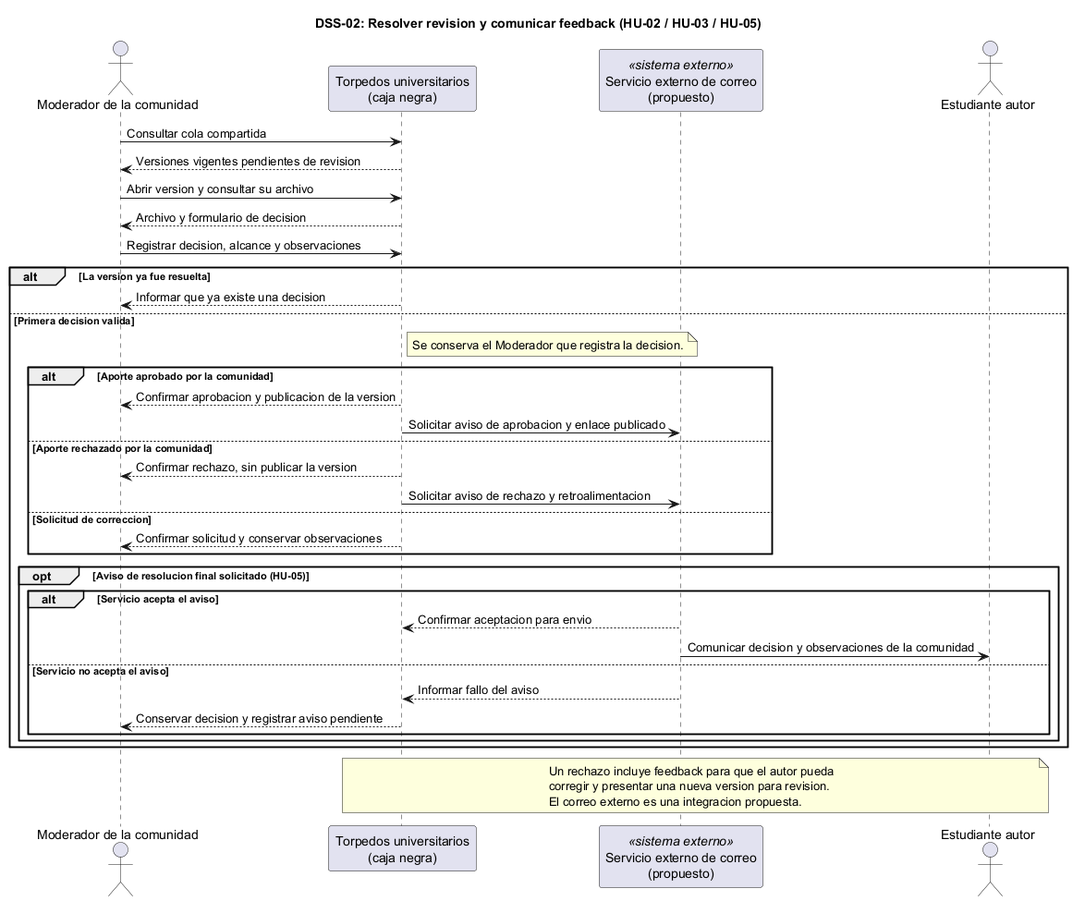
The PlantUML diagram diagramas/dss-02.png in mapacheCorps/entrega, before a commit. The source it was exported from:
```plantuml
@startuml
skinparam shadowing false
title DSS-02: Resolver revision y comunicar feedback (HU-02 / HU-03 / HU-05)
actor "Moderador de la comunidad" as COM
participant "Torpedos universitarios\n(caja negra)" as SIS
participant "Servicio externo de correo\n(propuesto)" as COR <<sistema externo>>
actor "Estudiante autor" as AUT
COM -> SIS : Consultar cola compartida
SIS --> COM : Versiones vigentes pendientes de revision
COM -> SIS : Abrir version y consultar su archivo
SIS --> COM : Archivo y formulario de decision
COM -> SIS : Registrar decision, alcance y observaciones
alt La version ya fue resuelta
  SIS --> COM : Informar que ya existe una decision
else Primera decision valida
  note right of SIS: Se conserva el Moderador que registra la decision.
alt Aporte aprobado por la comunidad
  SIS --> COM : Confirmar aprobacion y publicacion de la version
  SIS -> COR : Solicitar aviso de aprobacion y enlace publicado
else Aporte rechazado por la comunidad
  SIS --> COM : Confirmar rechazo, sin publicar la version
  SIS -> COR : Solicitar aviso de rechazo y retroalimentacion
else Solicitud de correccion
  SIS --> COM : Confirmar solicitud y conservar observaciones
end
opt Aviso de resolucion final solicitado (HU-05)
alt Servicio acepta el aviso
  COR --> SIS : Confirmar aceptacion para envio
  COR -> AUT : Comunicar decision y observaciones de la comunidad
else Servicio no acepta el aviso
  COR --> SIS : Informar fallo del aviso
  SIS --> COM : Conservar decision y registrar aviso pendiente
end
end
end
note over SIS,AUT
  Un rechazo incluye feedback para que el autor pueda
  corregir y presentar una nueva version para revision.
  El correo externo es una integracion propuesta.
end note
@enduml
```
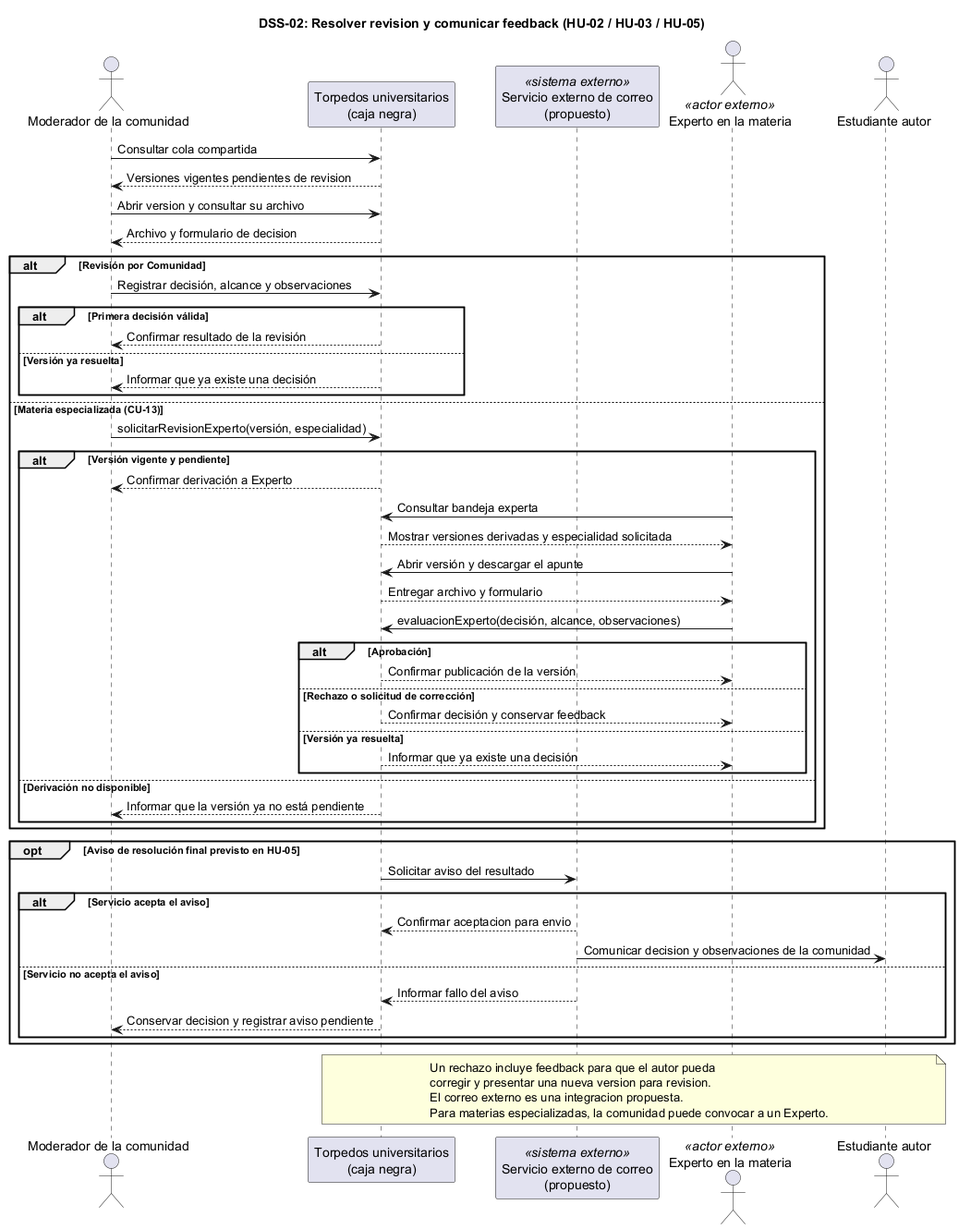
After the commit.

What changed in the source:
```diff
@@ -4,38 +4,54 @@
 actor "Moderador de la comunidad" as COM
 participant "Torpedos universitarios\n(caja negra)" as SIS
 participant "Servicio externo de correo\n(propuesto)" as COR <<sistema externo>>
+actor "Experto en la materia" as EXP <<actor externo>>
 actor "Estudiante autor" as AUT
+
 COM -> SIS : Consultar cola compartida
 SIS --> COM : Versiones vigentes pendientes de revision
 COM -> SIS : Abrir version y consultar su archivo
 SIS --> COM : Archivo y formulario de decision
-COM -> SIS : Registrar decision, alcance y observaciones
-alt La version ya fue resuelta
-  SIS --> COM : Informar que ya existe una decision
-else Primera decision valida
-  note right of SIS: Se conserva el Moderador que registra la decision.
-alt Aporte aprobado por la comunidad
-  SIS --> COM : Confirmar aprobacion y publicacion de la version
-  SIS -> COR : Solicitar aviso de aprobacion y enlace publicado
-else Aporte rechazado por la comunidad
-  SIS --> COM : Confirmar rechazo, sin publicar la version
-  SIS -> COR : Solicitar aviso de rechazo y retroalimentacion
-else Solicitud de correccion
-  SIS --> COM : Confirmar solicitud y conservar observaciones
+alt Revisión por Comunidad
+  COM -> SIS : Registrar decisión, alcance y observaciones
+  alt Primera decisión válida
+    SIS --> COM : Confirmar resultado de la revisión
+  else Versión ya resuelta
+    SIS --> COM : Informar que ya existe una decisión
+  end
+else Materia especializada (CU-13)
+  COM -> SIS : solicitarRevisionExperto(versión, especialidad)
+  alt Versión vigente y pendiente
+    SIS --> COM : Confirmar derivación a Experto
+    EXP -> SIS : Consultar bandeja experta
+    SIS --> EXP : Mostrar versiones derivadas y especialidad solicitada
+    EXP -> SIS : Abrir versión y descargar el apunte
+    SIS --> EXP : Entregar archivo y formulario
+    EXP -> SIS : evaluacionExperto(decisión, alcance, observaciones)
+    alt Aprobación
+      SIS --> EXP : Confirmar publicación de la versión
+    else Rechazo o solicitud de corrección
+      SIS --> EXP : Confirmar decisión y conservar feedback
+    else Versión ya resuelta
+      SIS --> EXP : Informar que ya existe una decisión
+    end
+  else Derivación no disponible
+    SIS --> COM : Informar que la versión ya no está pendiente
+  end
 end
-opt Aviso de resolucion final solicitado (HU-05)
-alt Servicio acepta el aviso
-  COR --> SIS : Confirmar aceptacion para envio
-  COR -> AUT : Comunicar decision y observaciones de la comunidad
-else Servicio no acepta el aviso
-  COR --> SIS : Informar fallo del aviso
-  SIS --> COM : Conservar decision y registrar aviso pendiente
-end
-end
+opt Aviso de resolución final previsto en HU-05
+  SIS -> COR : Solicitar aviso del resultado
+  alt Servicio acepta el aviso
+    COR --> SIS : Confirmar aceptacion para envio
+    COR -> AUT : Comunicar decision y observaciones de la comunidad
+  else Servicio no acepta el aviso
+    COR --> SIS : Informar fallo del aviso
+    SIS --> COM : Conservar decision y registrar aviso pendiente
+  end
 end
 note over SIS,AUT
   Un rechazo incluye feedback para que el autor pueda
   corregir y presentar una nueva version para revision.
   El correo externo es una integracion propuesta.
+  Para materias especializadas, la comunidad puede convocar a un Experto.
 end note
 @enduml
```
